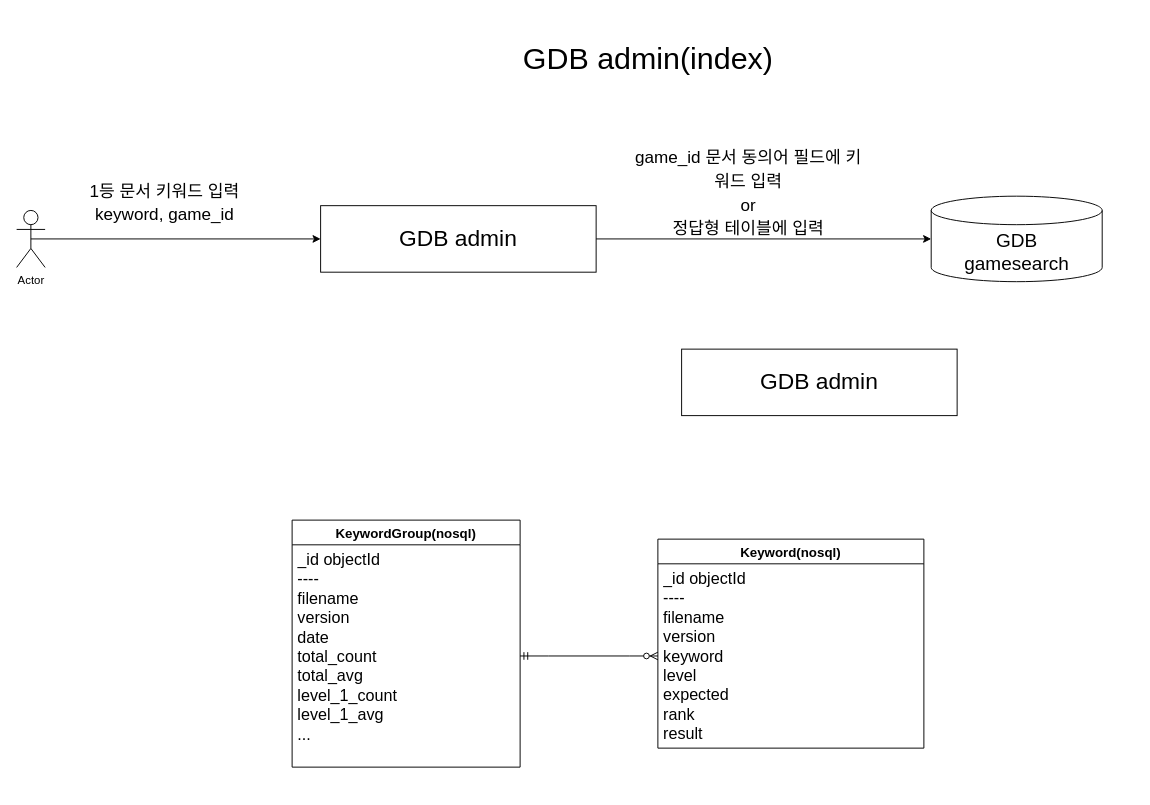
Earlier version of the draw.io diagram index_admin.drawio (hwan2v/archive). Source tidied: cells renumbered, new cells numbered last; positions are measured from the earlier drawing's top-left corner, leaving out a move shared by most shapes. Both pictures are drawn from the tidied source at 95%, with x=0, y=0 at pixel (16, 16).
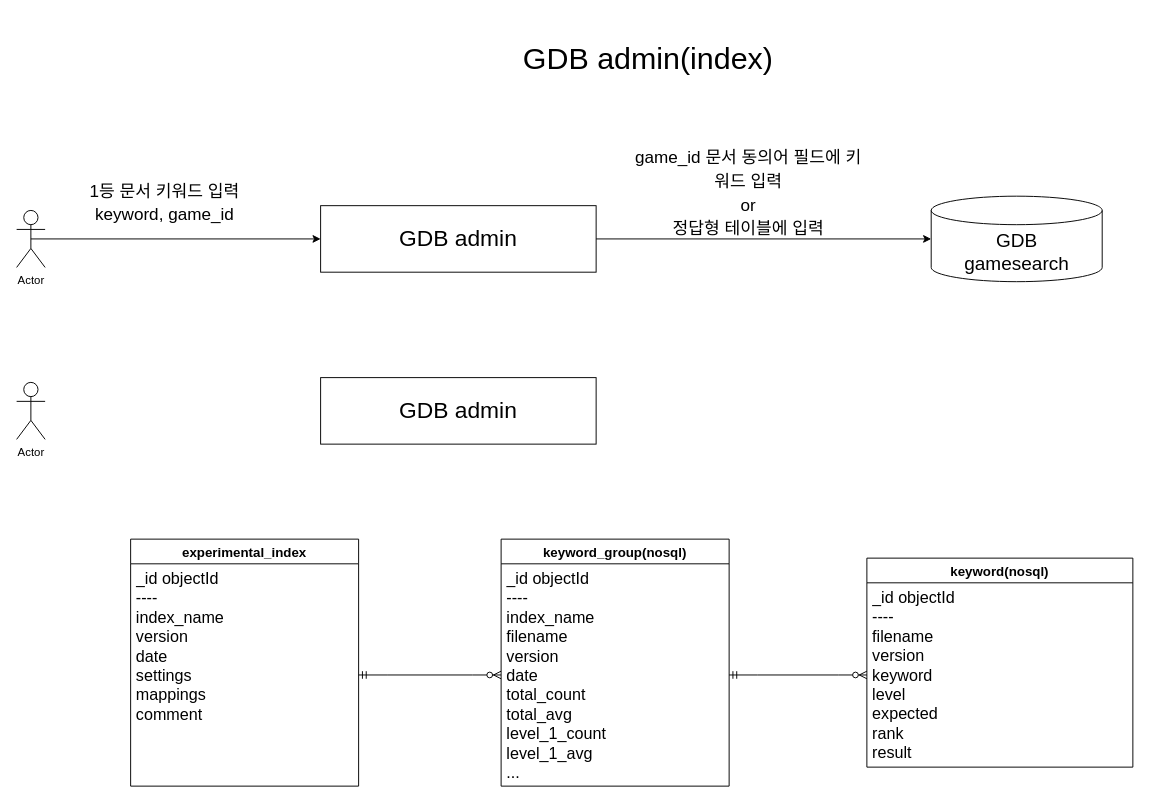
Above is the later version.

Diff of the diagram source:
```diff
@@
 <mxGraphModel>
   <root>
     <mxCell id="0" />
     <mxCell id="1" parent="0" />
     <mxCell id="2" value="&lt;span style=&quot;font-size: 32px;&quot;&gt;GDB admin(index)&lt;/span&gt;" style="text;html=1;strokeColor=none;fillColor=none;align=center;verticalAlign=middle;whiteSpace=wrap;rounded=0;" parent="1" vertex="1">
       <mxGeometry x="410" width="510" height="90" as="geometry" />
     </mxCell>
-    <mxCell id="3" value="KeywordGroup(nosql)" style="swimlane;fontStyle=1;horizontal=1;startSize=26;align=center;fontSize=14;" parent="1" vertex="1">
-      <mxGeometry x="290" y="530" width="240" height="260" as="geometry" />
+    <mxCell id="3" value="keyword_group(nosql)" style="swimlane;fontStyle=1;horizontal=1;startSize=26;align=center;fontSize=14;" parent="1" vertex="1">
+      <mxGeometry x="510" y="550" width="240" height="260" as="geometry" />
     </mxCell>
-    <mxCell id="4" value="&lt;div&gt;_id objectId&lt;/div&gt;&lt;div&gt;----&lt;/div&gt;&lt;div&gt;filename&lt;/div&gt;&lt;div&gt;version&lt;/div&gt;&lt;div&gt;date&lt;/div&gt;&lt;div&gt;total_count&lt;/div&gt;&lt;div&gt;total_avg&lt;/div&gt;&lt;div&gt;level_1_count&lt;/div&gt;&lt;div&gt;&lt;span style=&quot;background-color: initial;&quot;&gt;level_1_avg&lt;/span&gt;&lt;/div&gt;&lt;div&gt;&lt;span style=&quot;background-color: initial;&quot;&gt;...&lt;/span&gt;&lt;/div&gt;" style="text;strokeColor=none;fillColor=none;spacingLeft=4;spacingRight=4;overflow=hidden;points=[[0,0.5],[1,0.5]];portConstraint=eastwest;fontSize=17;whiteSpace=wrap;html=1;verticalAlign=top;spacingTop=0;horizontal=1;" parent="3" vertex="1">
+    <mxCell id="4" value="&lt;div&gt;_id objectId&lt;/div&gt;&lt;div&gt;----&lt;/div&gt;&lt;div&gt;index_name&lt;/div&gt;&lt;div&gt;filename&lt;/div&gt;&lt;div&gt;version&lt;/div&gt;&lt;div&gt;date&lt;/div&gt;&lt;div&gt;total_count&lt;/div&gt;&lt;div&gt;total_avg&lt;/div&gt;&lt;div&gt;level_1_count&lt;/div&gt;&lt;div&gt;&lt;span style=&quot;background-color: initial;&quot;&gt;level_1_avg&lt;/span&gt;&lt;/div&gt;&lt;div&gt;&lt;span style=&quot;background-color: initial;&quot;&gt;...&lt;/span&gt;&lt;/div&gt;" style="text;strokeColor=none;fillColor=none;spacingLeft=4;spacingRight=4;overflow=hidden;points=[[0,0.5],[1,0.5]];portConstraint=eastwest;fontSize=17;whiteSpace=wrap;html=1;verticalAlign=top;spacingTop=0;horizontal=1;" parent="3" vertex="1">
       <mxGeometry y="26" width="240" height="234" as="geometry" />
     </mxCell>
-    <mxCell id="5" value="Keyword(nosql)" style="swimlane;fontStyle=1;horizontal=1;startSize=26;align=center;fontSize=14;" parent="1" vertex="1">
-      <mxGeometry x="675" y="550" width="280" height="220" as="geometry" />
+    <mxCell id="5" value="keyword(nosql)" style="swimlane;fontStyle=1;horizontal=1;startSize=26;align=center;fontSize=14;" parent="1" vertex="1">
+      <mxGeometry x="895" y="570" width="280" height="220" as="geometry" />
     </mxCell>
     <mxCell id="6" value="_id objectId&lt;br&gt;----&lt;br&gt;filename&lt;br&gt;version&lt;br&gt;keyword&lt;br&gt;level&lt;br&gt;expected&lt;br&gt;rank&lt;br&gt;result" style="text;strokeColor=none;fillColor=none;spacingLeft=4;spacingRight=4;overflow=hidden;points=[[0,0.5],[1,0.5]];portConstraint=eastwest;fontSize=17;whiteSpace=wrap;html=1;verticalAlign=top;spacingTop=0;horizontal=1;" parent="5" vertex="1">
       <mxGeometry y="26" width="280" height="194" as="geometry" />
     </mxCell>
     <mxCell id="7" value="Actor" style="shape=umlActor;verticalLabelPosition=bottom;verticalAlign=top;html=1;outlineConnect=0;" parent="1" vertex="1">
       <mxGeometry y="204" width="30" height="60" as="geometry" />
     </mxCell>
     <mxCell id="8" value="GDB admin" style="rounded=0;whiteSpace=wrap;html=1;fontSize=24;" parent="1" vertex="1">
       <mxGeometry x="320" y="199" width="290" height="70" as="geometry" />
     </mxCell>
     <mxCell id="9" style="endArrow=classic;html=1;rounded=0;exitX=0.5;exitY=0.5;exitDx=0;exitDy=0;exitPerimeter=0;entryX=0;entryY=0.5;entryDx=0;entryDy=0;" parent="1" edge="1" source="7" target="8">
       <mxGeometry relative="1" as="geometry" />
     </mxCell>
     <mxCell id="10" value="&lt;font style=&quot;font-size: 18px;&quot;&gt;1등 문서 키워드 입력&lt;br&gt;keyword, game_id&lt;/font&gt;" style="text;html=1;strokeColor=none;fillColor=none;align=center;verticalAlign=middle;whiteSpace=wrap;rounded=0;fontSize=20;" parent="1" vertex="1">
       <mxGeometry x="40" y="150" width="231.5" height="90" as="geometry" />
     </mxCell>
     <mxCell id="11" value="GDB&lt;br style=&quot;font-size: 20px;&quot;&gt;gamesearch" style="shape=cylinder3;whiteSpace=wrap;html=1;boundedLbl=1;backgroundOutline=1;size=15;fontSize=20;" parent="1" vertex="1">
       <mxGeometry x="962.7" y="189" width="180" height="90" as="geometry" />
     </mxCell>
     <mxCell id="12" value="GDB admin" style="rounded=0;whiteSpace=wrap;html=1;fontSize=24;" parent="1" vertex="1">
-      <mxGeometry x="700" y="350" width="290" height="70" as="geometry" />
+      <mxGeometry x="320" y="380" width="290" height="70" as="geometry" />
     </mxCell>
     <mxCell id="13" style="endArrow=classic;html=1;rounded=0;exitX=1;exitY=0.5;exitDx=0;exitDy=0;entryX=0;entryY=0.5;entryDx=0;entryDy=0;entryPerimeter=0;" parent="1" edge="1" source="8" target="11">
       <mxGeometry relative="1" as="geometry" />
     </mxCell>
     <mxCell id="14" value="&lt;span style=&quot;font-size: 18px;&quot;&gt;game_id 문서 동의어 필드에 키워드 입력&lt;br&gt;or&lt;br&gt;정답형 테이블에 입력&lt;br&gt;&lt;/span&gt;" style="text;html=1;strokeColor=none;fillColor=none;align=center;verticalAlign=middle;whiteSpace=wrap;rounded=0;fontSize=20;" parent="1" vertex="1">
       <mxGeometry x="650" y="130" width="240.8" height="110" as="geometry" />
     </mxCell>
     <mxCell id="15" style="edgeStyle=entityRelationEdgeStyle;fontSize=12;html=1;endArrow=ERzeroToMany;startArrow=ERmandOne;rounded=0;exitX=1;exitY=0.5;exitDx=0;exitDy=0;" parent="1" edge="1" source="4" target="6">
       <mxGeometry relative="1" as="geometry" />
     </mxCell>
+    <mxCell id="16" value="Actor" style="shape=umlActor;verticalLabelPosition=bottom;verticalAlign=top;html=1;" parent="1" vertex="1">
+      <mxGeometry y="385" width="30" height="60" as="geometry" />
+    </mxCell>
+    <mxCell id="17" value="experimental_index" style="swimlane;fontStyle=1;horizontal=1;startSize=26;align=center;fontSize=14;" parent="1" vertex="1">
+      <mxGeometry x="120" y="550" width="240" height="260" as="geometry" />
+    </mxCell>
+    <mxCell id="18" value="&lt;div&gt;_id objectId&lt;/div&gt;&lt;div&gt;----&lt;/div&gt;&lt;div&gt;index_name&lt;/div&gt;&lt;div&gt;version&lt;/div&gt;&lt;div&gt;date&lt;/div&gt;&lt;div&gt;settings&lt;/div&gt;&lt;div&gt;mappings&lt;/div&gt;&lt;div&gt;comment&lt;/div&gt;" style="text;strokeColor=none;fillColor=none;spacingLeft=4;spacingRight=4;overflow=hidden;points=[[0,0.5],[1,0.5]];portConstraint=eastwest;fontSize=17;whiteSpace=wrap;html=1;verticalAlign=top;spacingTop=0;horizontal=1;" parent="17" vertex="1">
+      <mxGeometry y="26" width="240" height="234" as="geometry" />
+    </mxCell>
+    <mxCell id="19" style="edgeStyle=entityRelationEdgeStyle;fontSize=12;html=1;endArrow=ERzeroToMany;startArrow=ERmandOne;rounded=0;entryX=0;entryY=0.5;entryDx=0;entryDy=0;" parent="1" edge="1" source="18" target="4">
+      <mxGeometry relative="1" as="geometry" />
+    </mxCell>
   </root>
 </mxGraphModel>
```
